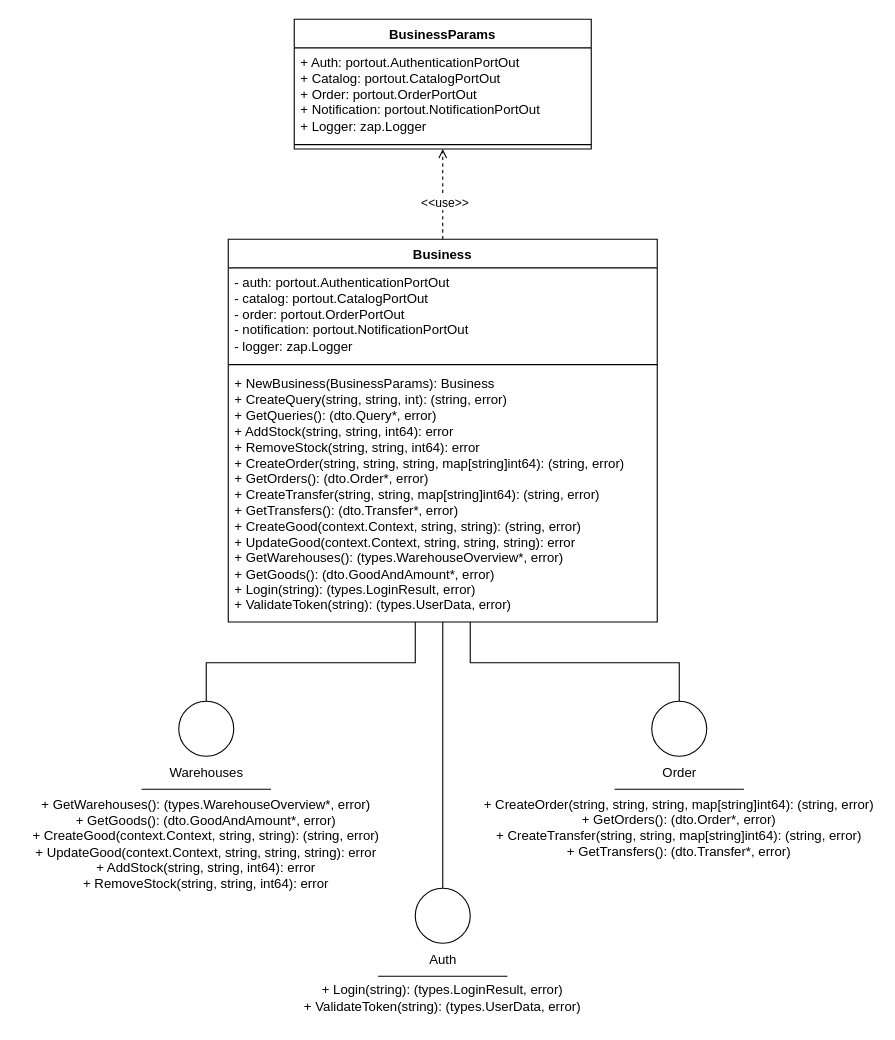
This is page "business" (2 of 4) of assets/drawio/apigateway.drawio from alimitedgroup/alimitedgroup.github.io, a draw.io file, before an edit. Source tidied: cells renumbered, new cells numbered last; positions are measured from the earlier drawing's top-left corner, leaving out a move shared by most shapes. Both pictures are drawn from the tidied source at 110%, with x=0, y=0 at pixel (19, 19).
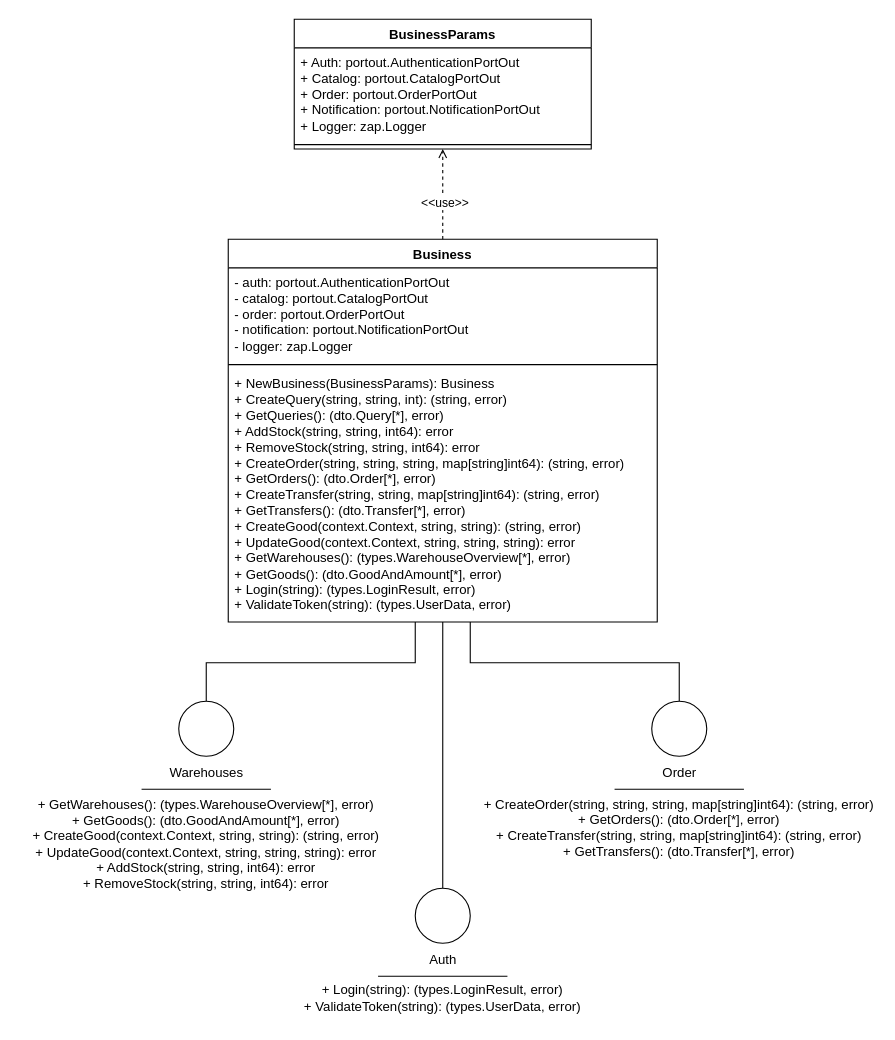
After the change.

Unchanged cells that the change refers to:
```xml
<mxCell id="5" value="Business" style="swimlane;fontStyle=1;align=center;verticalAlign=top;horizontal=1;startSize=26;whiteSpace=wrap;html=1;" parent="1" vertex="1">
  <mxGeometry x="190" y="200" width="390" height="348" as="geometry" />
</mxCell>
```

Change to the diagram source:
```diff
@@
-    <mxCell id="8" value="+ NewBusiness(BusinessParams): Business&lt;br&gt;+ CreateQuery(string, string, int): (string, error)&lt;br&gt;+ GetQueries(): (dto.Query*, error)&lt;br&gt;+ AddStock(string, string, int64): error&lt;br&gt;+ RemoveStock(string, string, int64): error&lt;br&gt;+ CreateOrder(string, string, string, map[string]int64): (string, error)&lt;br&gt;+ GetOrders(): (dto.Order*, error)&lt;br&gt;+ CreateTransfer(string, string, map[string]int64): (string, error)&lt;br&gt;+ GetTransfers(): (dto.Transfer*, error)&lt;br&gt;+ CreateGood(context.Context, string, string): (string, error)&lt;br&gt;+ UpdateGood(context.Context, string, string, string): error&lt;br&gt;+ GetWarehouses(): (types.WarehouseOverview*, error)&lt;br&gt;+ GetGoods(): (dto.GoodAndAmount*, error)&lt;br&gt;+ Login(string): (types.LoginResult, error)&lt;br&gt;+ ValidateToken(string): (types.UserData, error)" style="text;strokeColor=none;fillColor=none;align=left;verticalAlign=top;spacingLeft=4;spacingRight=4;overflow=hidden;whiteSpace=wrap;html=1;" parent="5" vertex="1">
+    <mxCell id="8" value="+ NewBusiness(BusinessParams): Business&lt;br&gt;+ CreateQuery(string, string, int): (string, error)&lt;br&gt;+ GetQueries(): (dto.Query[*], error)&lt;br&gt;+ AddStock(string, string, int64): error&lt;br&gt;+ RemoveStock(string, string, int64): error&lt;br&gt;+ CreateOrder(string, string, string, map[string]int64): (string, error)&lt;br&gt;+ GetOrders(): (dto.Order[*], error)&lt;br&gt;+ CreateTransfer(string, string, map[string]int64): (string, error)&lt;br&gt;+ GetTransfers(): (dto.Transfer[*], error)&lt;br&gt;+ CreateGood(context.Context, string, string): (string, error)&lt;br&gt;+ UpdateGood(context.Context, string, string, string): error&lt;br&gt;+ GetWarehouses(): (types.WarehouseOverview[*], error)&lt;br&gt;+ GetGoods(): (dto.GoodAndAmount[*], error)&lt;br&gt;+ Login(string): (types.LoginResult, error)&lt;br&gt;+ ValidateToken(string): (types.UserData, error)" style="text;strokeColor=none;fillColor=none;align=left;verticalAlign=top;spacingLeft=4;spacingRight=4;overflow=hidden;whiteSpace=wrap;html=1;" parent="5" vertex="1">
       <mxGeometry y="118" width="390" height="230" as="geometry" />
     </mxCell>
@@
-    <mxCell id="16" value="+ CreateOrder(string, string, string, map[string]int64): (string, error)&lt;br&gt;+ GetOrders(): (dto.Order*, error)&lt;br&gt;+ CreateTransfer(string, string, map[string]int64): (string, error)&lt;br&gt;+ GetTransfers(): (dto.Transfer*, error)" style="text;html=1;align=center;verticalAlign=middle;whiteSpace=wrap;rounded=0;" parent="1" vertex="1">
+    <mxCell id="16" value="+ CreateOrder(string, string, string, map[string]int64): (string, error)&lt;br&gt;+ GetOrders(): (dto.Order[*], error)&lt;br&gt;+ CreateTransfer(string, string, map[string]int64): (string, error)&lt;br&gt;+ GetTransfers(): (dto.Transfer[*], error)" style="text;html=1;align=center;verticalAlign=middle;whiteSpace=wrap;rounded=0;" parent="1" vertex="1">
       <mxGeometry x="420" y="700" width="360" height="70" as="geometry" />
     </mxCell>
@@
-    <mxCell id="20" value="+ GetWarehouses(): (types.WarehouseOverview*, error)&lt;br&gt;+ GetGoods(): (dto.GoodAndAmount*, error)&lt;br&gt;+ CreateGood(context.Context, string, string): (string, error)&lt;br&gt;+ UpdateGood(context.Context, string, string, string): error&lt;br&gt;+ AddStock(string, string, int64): error&lt;br&gt;+ RemoveStock(string, string, int64): error" style="text;html=1;align=center;verticalAlign=middle;whiteSpace=wrap;rounded=0;" parent="1" vertex="1">
+    <mxCell id="20" value="+ GetWarehouses(): (types.WarehouseOverview[*], error)&lt;br&gt;+ GetGoods(): (dto.GoodAndAmount[*], error)&lt;br&gt;+ CreateGood(context.Context, string, string): (string, error)&lt;br&gt;+ UpdateGood(context.Context, string, string, string): error&lt;br&gt;+ AddStock(string, string, int64): error&lt;br&gt;+ RemoveStock(string, string, int64): error" style="text;html=1;align=center;verticalAlign=middle;whiteSpace=wrap;rounded=0;" parent="1" vertex="1">
       <mxGeometry y="700" width="340" height="100" as="geometry" />
     </mxCell>
```
